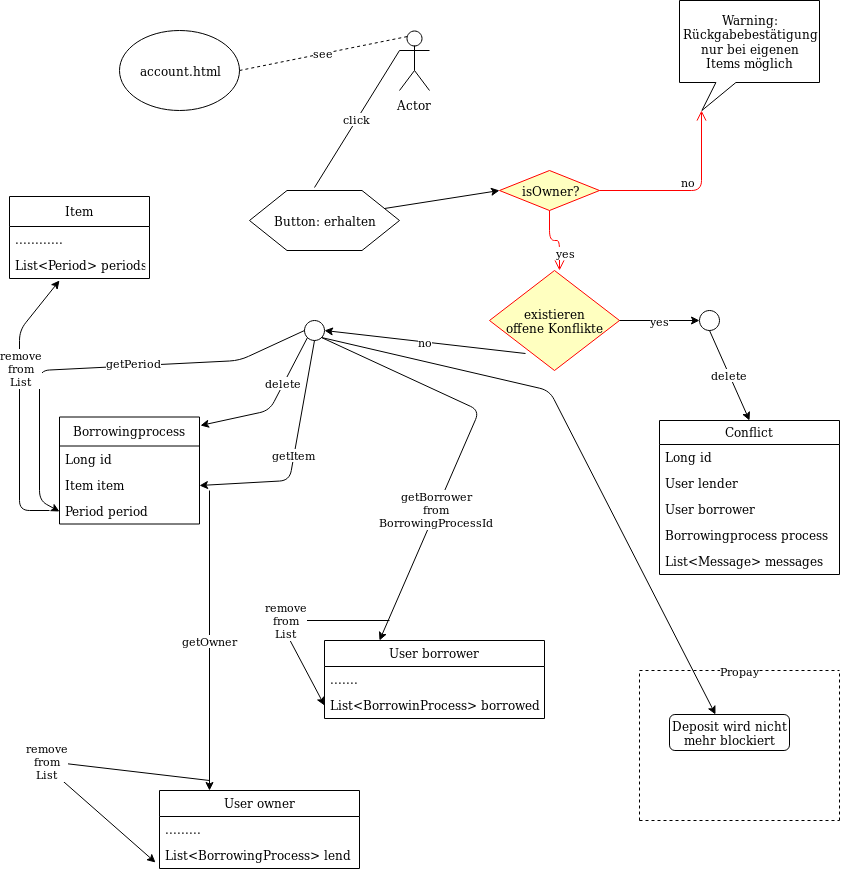
Earlier version of the draw.io export Diagram/ItemReturned.png (Jukre111/Propra-im-Team). Source tidied: cells renumbered, new cells last; positions are measured from the earlier drawing's top-left corner, leaving out a move shared by most shapes.
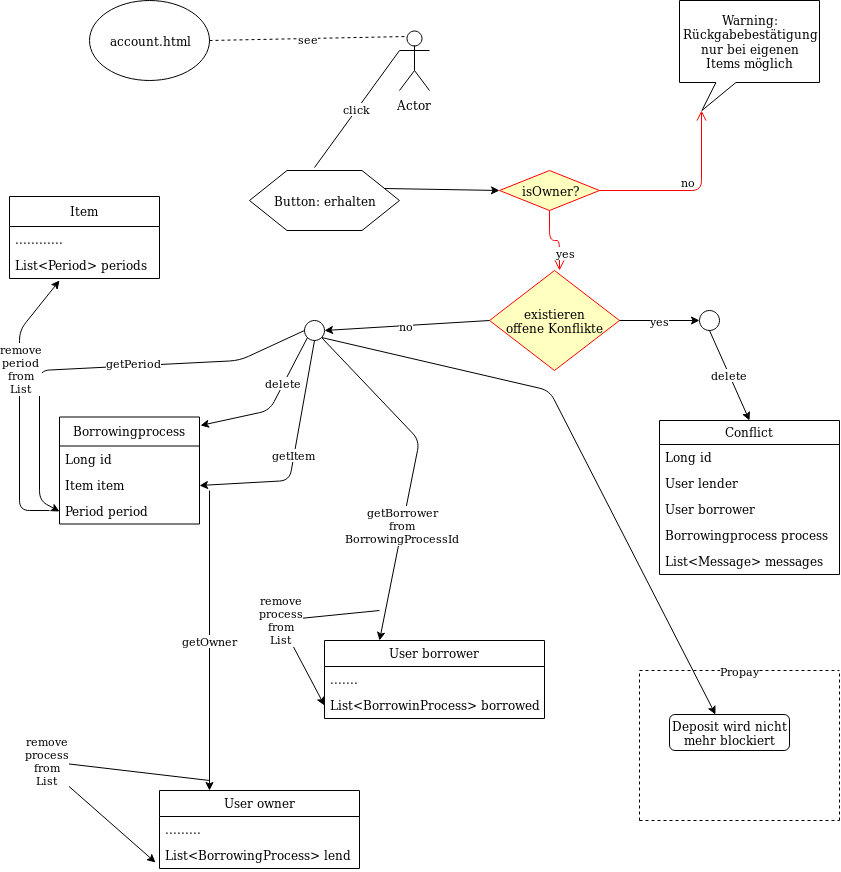
After the change.

The edit, as a diff of the source:
```diff
@@ -6,13 +6,13 @@
       <mxGeometry x="390" y="30" width="30" height="60" as="geometry" />
     </mxCell>
     <mxCell id="3" value="account.html" style="ellipse;whiteSpace=wrap;html=1;" parent="1" vertex="1">
-      <mxGeometry x="110" y="30" width="120" height="80" as="geometry" />
+      <mxGeometry x="80" width="120" height="80" as="geometry" />
     </mxCell>
     <mxCell id="4" value="see" style="endArrow=none;dashed=1;html=1;exitX=1;exitY=0.5;exitDx=0;exitDy=0;entryX=0.25;entryY=0.1;entryDx=0;entryDy=0;entryPerimeter=0;" parent="1" edge="1" source="3" target="2">
       <mxGeometry relative="1" as="geometry" />
     </mxCell>
     <mxCell id="5" value="Button: erhalten" style="shape=hexagon;perimeter=hexagonPerimeter2;whiteSpace=wrap;html=1;" parent="1" vertex="1">
-      <mxGeometry x="240" y="190" width="150" height="60" as="geometry" />
+      <mxGeometry x="240" y="170" width="150" height="60" as="geometry" />
     </mxCell>
     <mxCell id="6" value="click" style="endArrow=none;html=1;entryX=0;entryY=0.3333333333333333;entryDx=0;entryDy=0;entryPerimeter=0;exitX=0.433;exitY=-0.05;exitDx=0;exitDy=0;exitPerimeter=0;" parent="1" edge="1" source="5" target="2">
       <mxGeometry relative="1" as="geometry" />
@@ -66,7 +66,7 @@
     <mxCell id="21" value="List&lt;Message&gt; messages" style="text;strokeColor=none;fillColor=none;align=left;verticalAlign=top;spacingLeft=4;spacingRight=4;overflow=hidden;" parent="16" vertex="1">
       <mxGeometry y="128" width="180" height="26" as="geometry" />
     </mxCell>
-    <mxCell id="22" value="no" style="endArrow=classic;html=1;exitX=0.277;exitY=0.83;exitDx=0;exitDy=0;exitPerimeter=0;entryX=1;entryY=0.5;entryDx=0;entryDy=0;" parent="1" edge="1" source="12" target="23">
+    <mxCell id="22" value="no" style="endArrow=classic;html=1;exitX=0;exitY=0.5;exitDx=0;exitDy=0;entryX=1;entryY=0.5;entryDx=0;entryDy=0;" parent="1" edge="1" source="12" target="23">
       <mxGeometry relative="1" as="geometry" />
     </mxCell>
     <mxCell id="23" style="ellipse;whiteSpace=wrap;html=1;" parent="1" vertex="1">
@@ -94,13 +94,13 @@
       <mxGeometry y="52" width="220" height="26" as="geometry" />
     </mxCell>
     <mxCell id="31" value="Item" style="swimlane;fontStyle=0;horizontal=1;startSize=30;fillColor=none;" parent="1" vertex="1">
-      <mxGeometry y="196" width="140" height="82" as="geometry" />
+      <mxGeometry y="196" width="150" height="82" as="geometry" />
     </mxCell>
     <mxCell id="32" value="............" style="text;strokeColor=none;fillColor=none;align=left;verticalAlign=top;spacingLeft=4;spacingRight=4;overflow=hidden;" parent="31" vertex="1">
-      <mxGeometry y="30" width="140" height="26" as="geometry" />
+      <mxGeometry y="30" width="150" height="26" as="geometry" />
     </mxCell>
     <mxCell id="33" value="List&lt;Period&gt; periods" style="text;strokeColor=none;fillColor=none;align=left;verticalAlign=top;spacingLeft=4;spacingRight=4;overflow=hidden;" parent="31" vertex="1">
-      <mxGeometry y="56" width="140" height="26" as="geometry" />
+      <mxGeometry y="56" width="150" height="26" as="geometry" />
     </mxCell>
     <mxCell id="34" value="User owner" style="swimlane;fontStyle=0;horizontal=1;startSize=26;fillColor=none;" parent="1" vertex="1">
       <mxGeometry x="150" y="790" width="200" height="78" as="geometry" />
@@ -127,7 +127,7 @@
         </Array>
       </mxGeometry>
     </mxCell>
-    <mxCell id="39" value="&lt;div&gt;remove&lt;/div&gt;&lt;div&gt;from &lt;br&gt;&lt;/div&gt;&lt;div&gt;List&lt;br&gt;&lt;/div&gt;" style="endArrow=classic;html=1;" parent="1" edge="1">
+    <mxCell id="39" value="&lt;div&gt;remove&lt;/div&gt;&lt;div&gt;period&lt;br&gt;&lt;/div&gt;&lt;div&gt;from &lt;br&gt;&lt;/div&gt;&lt;div&gt;List&lt;br&gt;&lt;/div&gt;" style="endArrow=classic;html=1;" parent="1" edge="1">
       <mxGeometry x="0.26" y="-2" relative="1" as="geometry">
         <mxPoint x="40" y="510" as="sourcePoint" />
         <mxPoint x="50" y="280" as="targetPoint" />
@@ -149,7 +149,7 @@
         <mxPoint x="200" y="490" as="sourcePoint" />
       </mxGeometry>
     </mxCell>
-    <mxCell id="42" value="&lt;div&gt;remove&lt;/div&gt;&lt;div&gt;from &lt;br&gt;&lt;/div&gt;&lt;div&gt;List&lt;br&gt;&lt;/div&gt;" style="endArrow=classic;html=1;entryX=-0.02;entryY=0.769;entryDx=0;entryDy=0;entryPerimeter=0;" parent="1" edge="1" target="36">
+    <mxCell id="42" value="&lt;div&gt;remove&lt;/div&gt;&lt;div&gt;process&lt;/div&gt;&lt;div&gt;from &lt;br&gt;&lt;/div&gt;&lt;div&gt;List&lt;br&gt;&lt;/div&gt;" style="endArrow=classic;html=1;entryX=-0.02;entryY=0.769;entryDx=0;entryDy=0;entryPerimeter=0;" parent="1" edge="1" target="36">
       <mxGeometry relative="1" as="geometry">
         <mxPoint x="200" y="780" as="sourcePoint" />
         <Array as="points">
@@ -161,13 +161,13 @@
       <mxGeometry x="0.33" relative="1" as="geometry">
         <mxPoint x="312" y="337" as="sourcePoint" />
         <Array as="points">
-          <mxPoint x="470" y="410" />
+          <mxPoint x="410" y="440" />
         </Array>
       </mxGeometry>
     </mxCell>
-    <mxCell id="44" value="&lt;div&gt;remove&lt;/div&gt;&lt;div&gt;from &lt;br&gt;&lt;/div&gt;&lt;div&gt;List&lt;br&gt;&lt;/div&gt;" style="endArrow=classic;html=1;entryX=0;entryY=0.5;entryDx=0;entryDy=0;" parent="1" edge="1" target="30">
+    <mxCell id="44" value="&lt;div&gt;remove&lt;/div&gt;&lt;div&gt;process &lt;br&gt;&lt;/div&gt;&lt;div&gt;from &lt;br&gt;&lt;/div&gt;&lt;div&gt;List&lt;br&gt;&lt;/div&gt;" style="endArrow=classic;html=1;entryX=0;entryY=0.5;entryDx=0;entryDy=0;" parent="1" edge="1" target="30">
       <mxGeometry relative="1" as="geometry">
-        <mxPoint x="380" y="620" as="sourcePoint" />
+        <mxPoint x="370" y="610" as="sourcePoint" />
         <Array as="points">
           <mxPoint x="270" y="620" />
         </Array>
```
